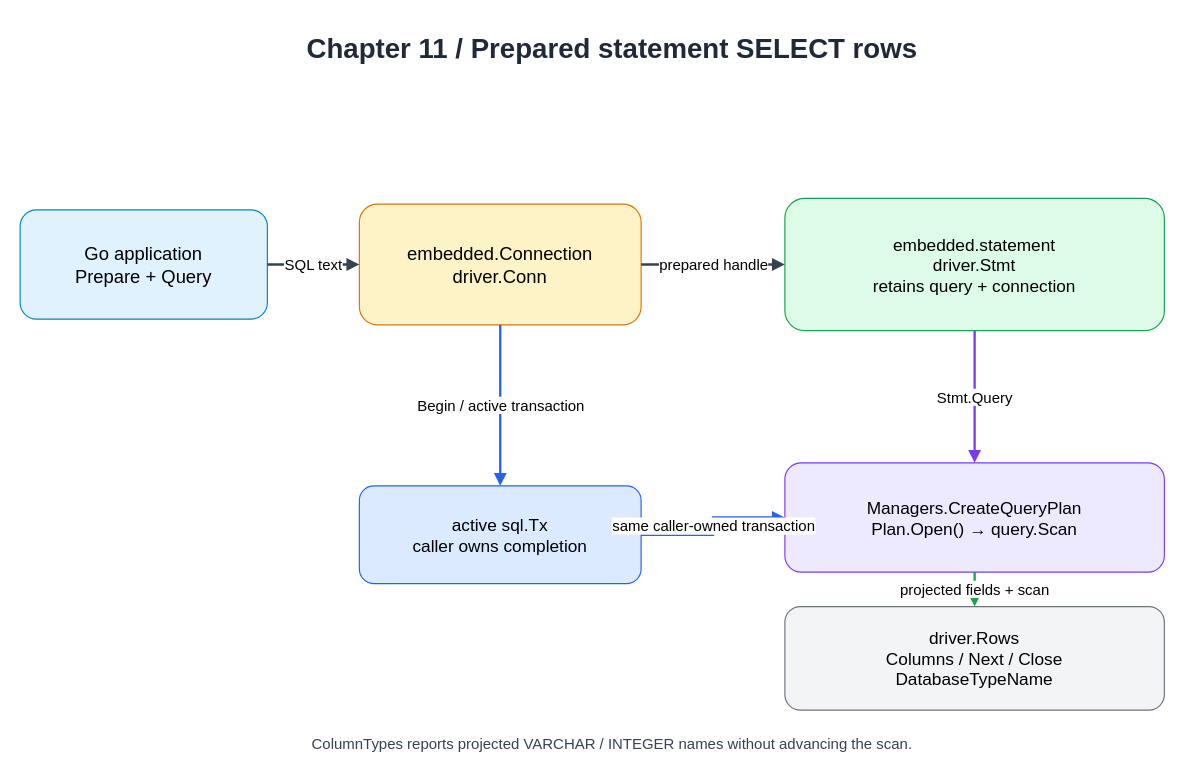
This is docs/diagrams/ch11-embedded-statement.drawio from Rwatana/simledb_in_go, a draw.io file, before an edit. Source tidied: cells renumbered, new cells numbered last; positions are measured from the earlier drawing's top-left corner, leaving out a move shared by most shapes. Both pictures are drawn from the tidied source at 115%, with x=0, y=0 at pixel (20, 20).
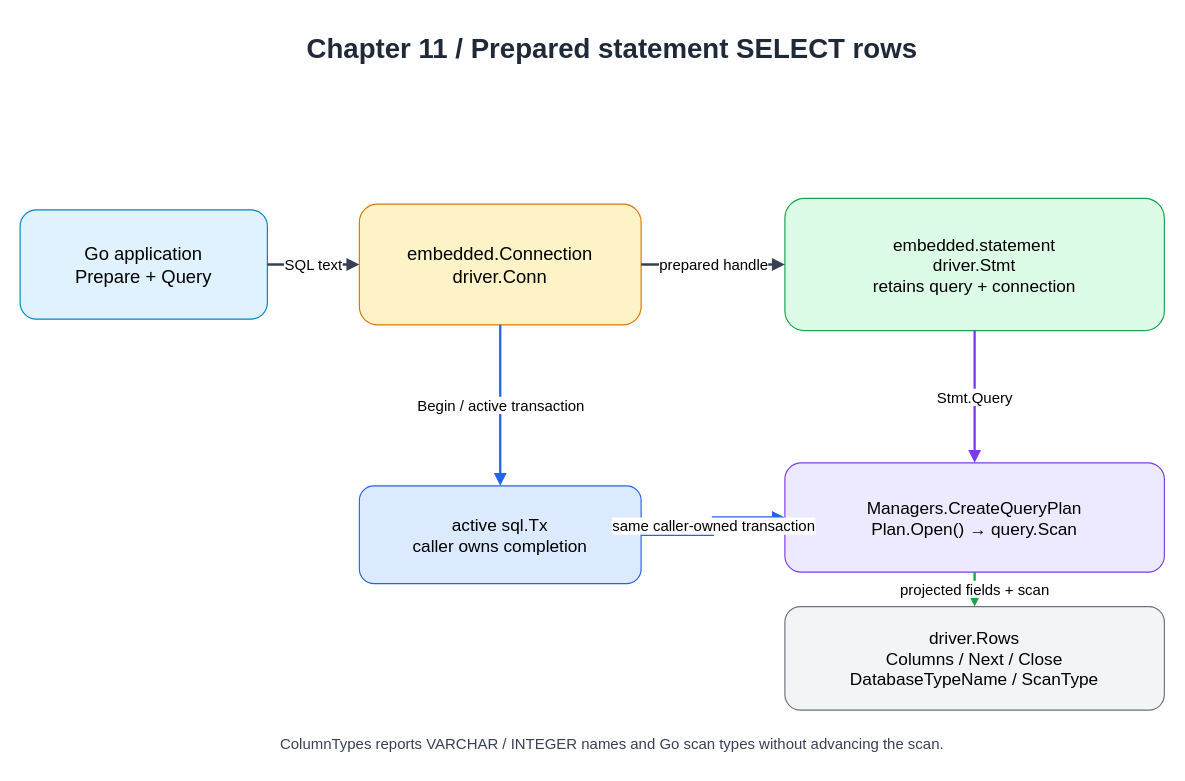
After the change.

Commit message (it also covers changes not shown here):
feat: report embedded select scan types (#1153)

The edit, as a diff of the source:
```diff
@@
 <mxGraphModel>
   <root>
     <mxCell id="0" />
     <mxCell id="1" parent="0" />
     <mxCell id="2" value="Chapter 11 / Prepared statement SELECT rows" style="text;html=1;align=center;verticalAlign=middle;whiteSpace=wrap;rounded=0;fontSize=24;fontStyle=1;fontColor=#1f2937;" parent="1" vertex="1">
       <mxGeometry x="45" width="940" height="50" as="geometry" />
     </mxCell>
     <mxCell id="3" value="Go application&#10;Prepare + Query" style="rounded=1;whiteSpace=wrap;html=1;fillColor=#e0f2fe;strokeColor=#0284c7;fontSize=16;" parent="1" vertex="1">
       <mxGeometry y="165" width="215" height="95" as="geometry" />
     </mxCell>
     <mxCell id="4" value="embedded.Connection&#10;driver.Conn" style="rounded=1;whiteSpace=wrap;html=1;fillColor=#fef3c7;strokeColor=#d97706;fontSize=16;" parent="1" vertex="1">
       <mxGeometry x="295" y="160" width="245" height="105" as="geometry" />
     </mxCell>
     <mxCell id="5" value="embedded.statement&#10;driver.Stmt&#10;retains query + connection" style="rounded=1;whiteSpace=wrap;html=1;fillColor=#dcfce7;strokeColor=#16a34a;fontSize=15;" parent="1" vertex="1">
       <mxGeometry x="665" y="155" width="330" height="115" as="geometry" />
     </mxCell>
     <mxCell id="6" value="active sql.Tx&#10;caller owns completion" style="rounded=1;whiteSpace=wrap;html=1;fillColor=#dbeafe;strokeColor=#2563eb;fontSize=15;" parent="1" vertex="1">
       <mxGeometry x="295" y="405" width="245" height="85" as="geometry" />
     </mxCell>
     <mxCell id="7" value="Managers.CreateQueryPlan&#10;Plan.Open() → query.Scan" style="rounded=1;whiteSpace=wrap;html=1;fillColor=#ede9fe;strokeColor=#7c3aed;fontSize=15;" parent="1" vertex="1">
       <mxGeometry x="665" y="385" width="330" height="95" as="geometry" />
     </mxCell>
-    <mxCell id="8" value="driver.Rows&#10;Columns / Next / Close&#10;DatabaseTypeName" style="rounded=1;whiteSpace=wrap;html=1;fillColor=#f3f4f6;strokeColor=#6b7280;fontSize=15;" parent="1" vertex="1">
+    <mxCell id="8" value="driver.Rows&#10;Columns / Next / Close&#10;DatabaseTypeName / ScanType" style="rounded=1;whiteSpace=wrap;html=1;fillColor=#f3f4f6;strokeColor=#6b7280;fontSize=15;" parent="1" vertex="1">
       <mxGeometry x="665" y="510" width="330" height="90" as="geometry" />
     </mxCell>
-    <mxCell id="9" value="ColumnTypes reports projected VARCHAR / INTEGER names without advancing the scan." style="text;html=1;align=center;whiteSpace=wrap;fontSize=13;fontColor=#374151;" parent="1" vertex="1">
+    <mxCell id="9" value="ColumnTypes reports VARCHAR / INTEGER names and Go scan types without advancing the scan." style="text;html=1;align=center;whiteSpace=wrap;fontSize=13;fontColor=#374151;" parent="1" vertex="1">
       <mxGeometry x="45" y="615" width="940" height="30" as="geometry" />
     </mxCell>
     <mxCell id="10" value="SQL text" style="edgeStyle=orthogonalEdgeStyle;rounded=0;jettySize=auto;html=1;endArrow=block;endFill=1;strokeColor=#374151;strokeWidth=2;fontSize=13;" parent="1" edge="1" source="3" target="4">
       <mxGeometry relative="1" as="geometry" />
     </mxCell>
     <mxCell id="11" value="prepared handle" style="edgeStyle=orthogonalEdgeStyle;rounded=0;jettySize=auto;html=1;endArrow=block;endFill=1;strokeColor=#374151;strokeWidth=2;fontSize=13;" parent="1" edge="1" source="4" target="5">
       <mxGeometry relative="1" as="geometry" />
     </mxCell>
     <mxCell id="12" value="Begin / active transaction" style="edgeStyle=orthogonalEdgeStyle;rounded=0;jettySize=auto;html=1;endArrow=block;endFill=1;strokeColor=#2563eb;strokeWidth=2;fontSize=13;" parent="1" edge="1" source="4" target="6">
       <mxGeometry relative="1" as="geometry" />
     </mxCell>
     <mxCell id="13" value="Stmt.Query" style="edgeStyle=orthogonalEdgeStyle;rounded=0;jettySize=auto;html=1;endArrow=block;endFill=1;strokeColor=#7c3aed;strokeWidth=2;fontSize=13;" parent="1" edge="1" source="5" target="7">
       <mxGeometry relative="1" as="geometry" />
     </mxCell>
     <mxCell id="14" value="same caller-owned transaction" style="edgeStyle=orthogonalEdgeStyle;rounded=0;jettySize=auto;html=1;endArrow=block;endFill=1;strokeColor=#2563eb;strokeWidth=2;fontSize=13;" parent="1" edge="1" source="6" target="7">
       <mxGeometry relative="1" as="geometry" />
     </mxCell>
     <mxCell id="15" value="projected fields + scan" style="edgeStyle=orthogonalEdgeStyle;rounded=0;jettySize=auto;html=1;endArrow=block;endFill=1;strokeColor=#16a34a;strokeWidth=2;fontSize=13;" parent="1" edge="1" source="7" target="8">
       <mxGeometry relative="1" as="geometry" />
     </mxCell>
   </root>
 </mxGraphModel>
```
